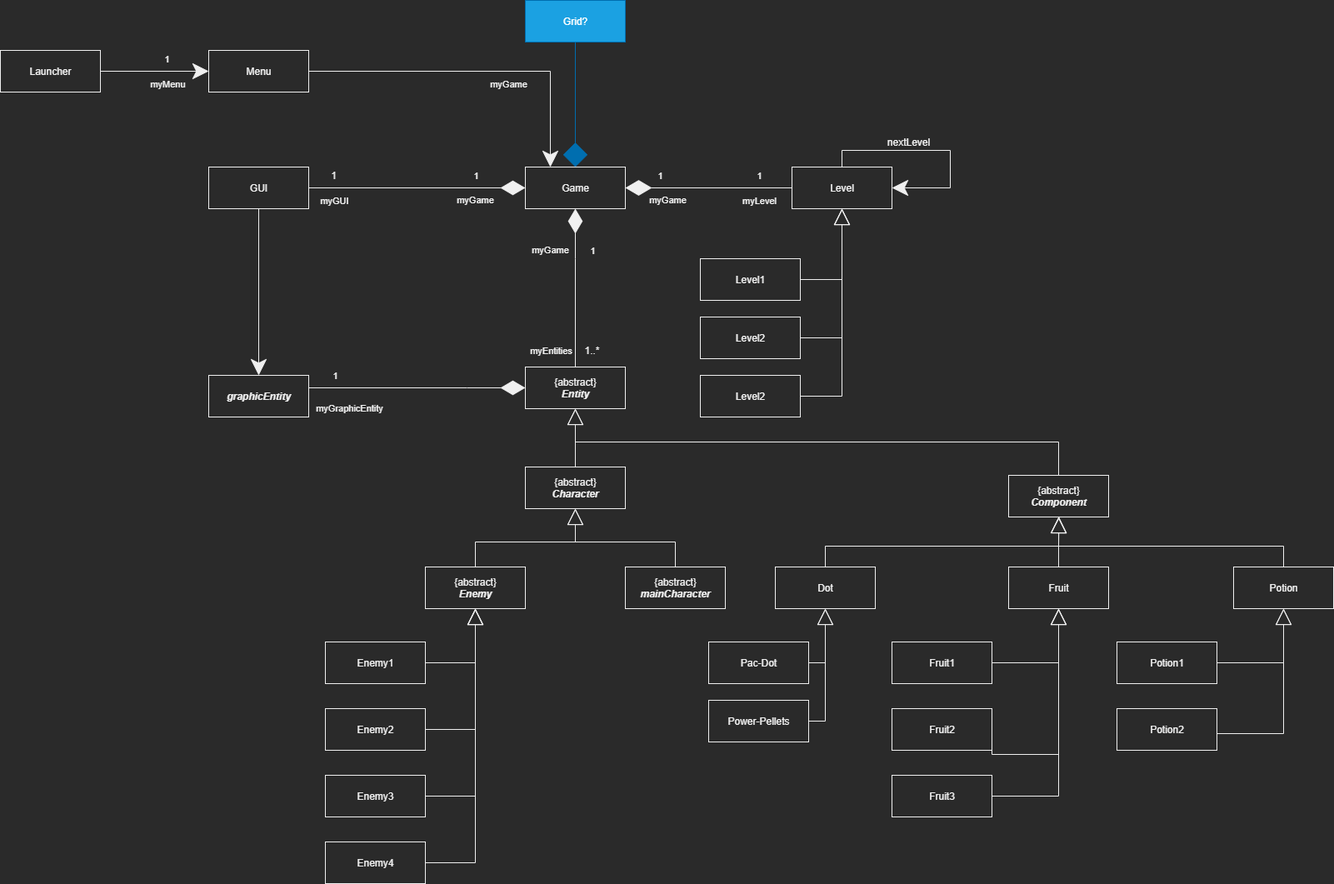
alvaromosconi/DotHunters keeps this draw.io diagram as Diagrama-de-clases-reducido/DiagramaDeClasesReducido.png. Above is the earlier version. Source tidied: cells renumbered, new cells last; positions are measured from the earlier drawing's top-left corner, leaving out a move shared by most shapes.
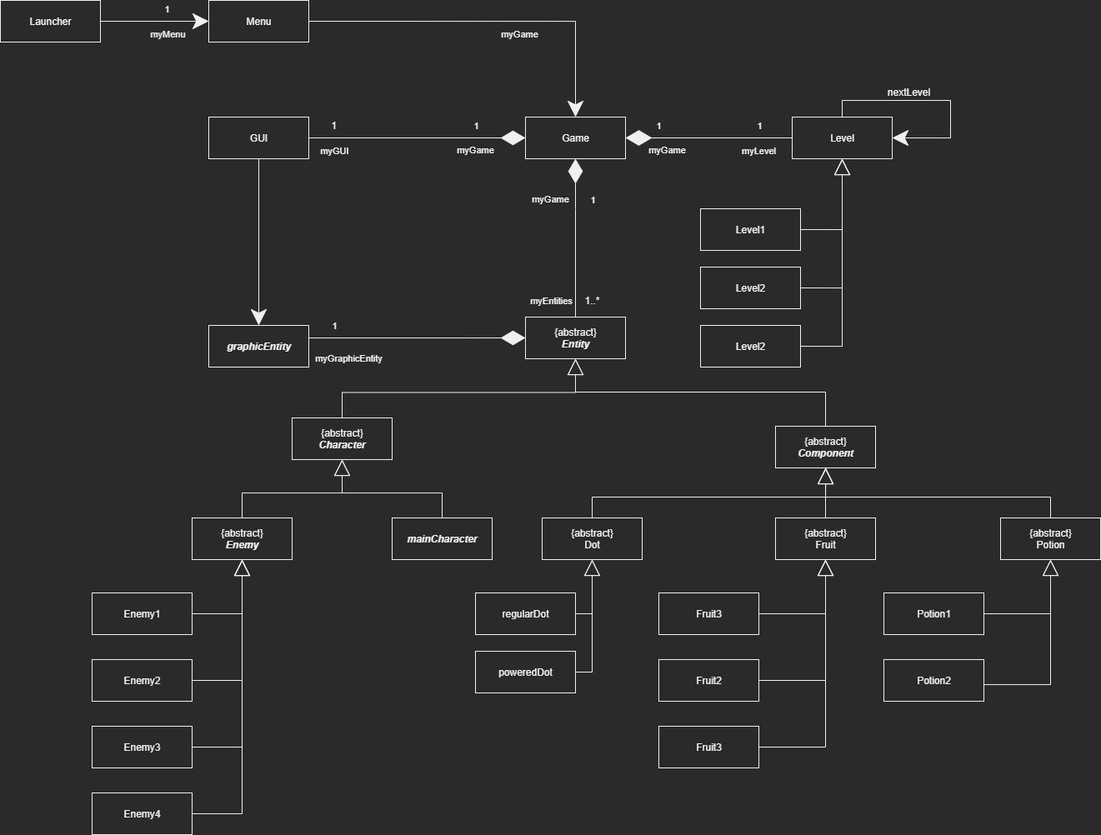
After the change.

Commit message:
Incorporación del diagrama de clases reducido.

Change to the diagram source:
```diff
@@ -47,14 +47,14 @@
     <mxCell id="14" style="edgeStyle=orthogonalEdgeStyle;rounded=0;jettySize=auto;html=1;exitX=0.5;exitY=0;exitDx=0;exitDy=0;entryX=0.5;entryY=1;entryDx=0;entryDy=0;endArrow=block;endFill=0;startSize=15;endSize=17;" parent="1" edge="1" source="15" target="13">
       <mxGeometry relative="1" as="geometry" />
     </mxCell>
-    <mxCell id="15" value="&lt;span&gt;{abstract}&lt;/span&gt;&lt;br&gt;&lt;b&gt;&lt;i&gt;mainCharacter&lt;/i&gt;&lt;/b&gt;" style="html=1;" parent="1" vertex="1">
+    <mxCell id="15" value="&lt;b&gt;&lt;i&gt;mainCharacter&lt;/i&gt;&lt;/b&gt;" style="html=1;" parent="1" vertex="1">
       <mxGeometry x="750" y="680" width="120" height="50" as="geometry" />
     </mxCell>
     <mxCell id="16" value="myGraphicEntity" style="edgeStyle=orthogonalEdgeStyle;rounded=0;jettySize=auto;html=1;exitX=0;exitY=0.5;exitDx=0;exitDy=0;entryX=1;entryY=0.5;entryDx=0;entryDy=0;endArrow=none;endFill=0;startSize=27;endSize=17;startArrow=diamondThin;startFill=1;" parent="1" edge="1" source="18" target="19">
       <mxGeometry x="0.57" y="25" relative="1" as="geometry">
         <Array as="points">
-          <mxPoint x="560" y="465" />
-          <mxPoint x="560" y="465" />
+          <mxPoint x="840" y="464" />
+          <mxPoint x="840" y="464" />
         </Array>
       </mxGeometry>
     </mxCell>
@@ -64,16 +64,16 @@
       </mxGeometry>
     </mxCell>
     <mxCell id="18" value="&lt;span&gt;{abstract}&lt;/span&gt;&lt;br&gt;&lt;b&gt;&lt;i&gt;Entity&lt;/i&gt;&lt;/b&gt;" style="html=1;" parent="1" vertex="1">
-      <mxGeometry x="630" y="440" width="120" height="50" as="geometry" />
+      <mxGeometry x="910" y="439" width="120" height="50" as="geometry" />
     </mxCell>
     <mxCell id="19" value="&lt;b&gt;&lt;i&gt;graphicEntity&lt;/i&gt;&lt;/b&gt;" style="html=1;" parent="1" vertex="1">
-      <mxGeometry x="250" y="450" width="120" height="50" as="geometry" />
+      <mxGeometry x="530" y="449" width="120" height="50" as="geometry" />
     </mxCell>
     <mxCell id="20" style="edgeStyle=orthogonalEdgeStyle;rounded=0;jettySize=auto;html=1;exitX=0.5;exitY=0;exitDx=0;exitDy=0;entryX=0.5;entryY=1;entryDx=0;entryDy=0;startArrow=none;startFill=0;endArrow=block;endFill=0;startSize=27;endSize=17;" parent="1" edge="1" source="21" target="18">
       <mxGeometry relative="1" as="geometry">
         <Array as="points">
-          <mxPoint x="1270" y="530" />
-          <mxPoint x="690" y="530" />
+          <mxPoint x="1270" y="529" />
+          <mxPoint x="970" y="529" />
         </Array>
       </mxGeometry>
     </mxCell>
@@ -83,7 +83,7 @@
     <mxCell id="22" style="edgeStyle=orthogonalEdgeStyle;rounded=0;jettySize=auto;html=1;exitX=0.5;exitY=0;exitDx=0;exitDy=0;entryX=0.5;entryY=1;entryDx=0;entryDy=0;startArrow=none;startFill=0;endArrow=block;endFill=0;startSize=27;endSize=17;" parent="1" edge="1" source="23" target="21">
       <mxGeometry relative="1" as="geometry" />
     </mxCell>
-    <mxCell id="23" value="Dot" style="html=1;" parent="1" vertex="1">
+    <mxCell id="23" value="{abstract}&lt;br&gt;Dot" style="html=1;" parent="1" vertex="1">
       <mxGeometry x="930" y="680" width="120" height="50" as="geometry" />
     </mxCell>
     <mxCell id="24" style="edgeStyle=orthogonalEdgeStyle;rounded=0;jettySize=auto;html=1;exitX=1;exitY=0.5;exitDx=0;exitDy=0;startArrow=none;startFill=0;endArrow=block;endFill=0;startSize=27;endSize=17;" parent="1" edge="1" source="25">
@@ -91,7 +91,7 @@
         <mxPoint x="990" y="730" as="targetPoint" />
       </mxGeometry>
     </mxCell>
-    <mxCell id="25" value="Pac-Dot" style="html=1;" parent="1" vertex="1">
+    <mxCell id="25" value="regularDot" style="html=1;" parent="1" vertex="1">
       <mxGeometry x="850" y="770" width="120" height="50" as="geometry" />
     </mxCell>
     <mxCell id="26" style="edgeStyle=orthogonalEdgeStyle;rounded=0;jettySize=auto;html=1;exitX=1;exitY=0.5;exitDx=0;exitDy=0;entryX=0.5;entryY=1;entryDx=0;entryDy=0;startArrow=none;startFill=0;endArrow=block;endFill=0;startSize=27;endSize=17;" parent="1" edge="1" source="27" target="23">
@@ -101,7 +101,7 @@
         </Array>
       </mxGeometry>
     </mxCell>
-    <mxCell id="27" value="Power-Pellets" style="html=1;" parent="1" vertex="1">
+    <mxCell id="27" value="poweredDot" style="html=1;" parent="1" vertex="1">
       <mxGeometry x="850" y="840" width="120" height="50" as="geometry" />
     </mxCell>
     <mxCell id="28" style="edgeStyle=orthogonalEdgeStyle;rounded=0;jettySize=auto;html=1;exitX=0.5;exitY=0;exitDx=0;exitDy=0;startArrow=none;startFill=0;endArrow=block;endFill=0;startSize=27;endSize=17;" parent="1" edge="1" source="29">
@@ -109,7 +109,7 @@
         <mxPoint x="1270.5" y="620" as="targetPoint" />
       </mxGeometry>
     </mxCell>
-    <mxCell id="29" value="Fruit" style="html=1;" parent="1" vertex="1">
+    <mxCell id="29" value="{abstract}&lt;br&gt;Fruit" style="html=1;" parent="1" vertex="1">
       <mxGeometry x="1210" y="680" width="120" height="50" as="geometry" />
     </mxCell>
     <mxCell id="30" style="edgeStyle=orthogonalEdgeStyle;rounded=0;jettySize=auto;html=1;exitX=0.5;exitY=0;exitDx=0;exitDy=0;startArrow=none;startFill=0;endArrow=block;endFill=0;startSize=27;endSize=17;" parent="1" edge="1" source="31">
@@ -117,7 +117,7 @@
         <mxPoint x="1270" y="620" as="targetPoint" />
       </mxGeometry>
     </mxCell>
-    <mxCell id="31" value="Potion" style="html=1;" parent="1" vertex="1">
+    <mxCell id="31" value="{abstract}&lt;br&gt;Potion" style="html=1;" parent="1" vertex="1">
       <mxGeometry x="1480" y="680" width="120" height="50" as="geometry" />
     </mxCell>
     <mxCell id="32" style="edgeStyle=orthogonalEdgeStyle;rounded=0;jettySize=auto;html=1;exitX=1;exitY=0.5;exitDx=0;exitDy=0;entryX=0.5;entryY=1;entryDx=0;entryDy=0;startArrow=none;startFill=0;endArrow=block;endFill=0;startSize=27;endSize=17;" parent="1" edge="1" source="33" target="31">
@@ -141,13 +141,13 @@
         <mxPoint x="1270" y="730" as="targetPoint" />
       </mxGeometry>
     </mxCell>
-    <mxCell id="37" value="Fruit1" style="html=1;" parent="1" vertex="1">
+    <mxCell id="37" value="Fruit3" style="html=1;" parent="1" vertex="1">
       <mxGeometry x="1070" y="770" width="120" height="50" as="geometry" />
     </mxCell>
     <mxCell id="38" style="edgeStyle=orthogonalEdgeStyle;rounded=0;jettySize=auto;html=1;exitX=1;exitY=0.5;exitDx=0;exitDy=0;entryX=0.5;entryY=1;entryDx=0;entryDy=0;startArrow=none;startFill=0;endArrow=block;endFill=0;startSize=27;endSize=17;" parent="1" edge="1" source="39" target="29">
       <mxGeometry relative="1" as="geometry">
         <Array as="points">
-          <mxPoint x="1270" y="905" />
+          <mxPoint x="1270" y="875" />
         </Array>
       </mxGeometry>
     </mxCell>
@@ -165,8 +165,8 @@
     <mxCell id="42" value="myGame" style="edgeStyle=orthogonalEdgeStyle;rounded=0;jettySize=auto;html=1;exitX=0.5;exitY=1;exitDx=0;exitDy=0;entryX=0.5;entryY=0;entryDx=0;entryDy=0;startArrow=diamondThin;startFill=1;endArrow=none;endFill=0;startSize=27;endSize=17;" parent="1" edge="1" source="49" target="18">
       <mxGeometry x="-0.47" y="-30" relative="1" as="geometry">
         <Array as="points">
-          <mxPoint x="690" y="310" />
-          <mxPoint x="690" y="310" />
+          <mxPoint x="970" y="309" />
+          <mxPoint x="970" y="309" />
         </Array>
       </mxGeometry>
     </mxCell>
@@ -193,23 +193,20 @@
         <mxPoint x="92" y="-18" as="offset" />
       </mxGeometry>
     </mxCell>
-    <mxCell id="48" style="edgeStyle=orthogonalEdgeStyle;rounded=0;jettySize=auto;html=1;exitX=0.5;exitY=0;exitDx=0;exitDy=0;startArrow=diamond;startFill=1;endArrow=none;endFill=0;startSize=27;endSize=17;sourcePerimeterSpacing=6;targetPerimeterSpacing=6;strokeWidth=1;entryX=0.5;entryY=1;entryDx=0;entryDy=0;fillColor=#1ba1e2;strokeColor=#006EAF;" parent="1" edge="1" source="49" target="67">
-      <mxGeometry relative="1" as="geometry" />
-    </mxCell>
     <mxCell id="49" value="Game" style="html=1;" parent="1" vertex="1">
-      <mxGeometry x="630" y="200" width="120" height="50" as="geometry" />
+      <mxGeometry x="910" y="199" width="120" height="50" as="geometry" />
     </mxCell>
     <mxCell id="50" value="1..*" style="text;html=1;align=center;verticalAlign=middle;strokeColor=none;fillColor=none;" parent="1" vertex="1">
-      <mxGeometry x="695" y="410" width="30" height="20" as="geometry" />
+      <mxGeometry x="975" y="409" width="30" height="20" as="geometry" />
     </mxCell>
     <mxCell id="51" style="edgeStyle=orthogonalEdgeStyle;rounded=0;jettySize=auto;html=1;exitX=0.5;exitY=1;exitDx=0;exitDy=0;entryX=0.5;entryY=0;entryDx=0;entryDy=0;startArrow=none;startFill=0;endArrow=classic;endFill=1;startSize=27;endSize=17;sourcePerimeterSpacing=6;targetPerimeterSpacing=6;strokeWidth=1;" parent="1" edge="1" source="52" target="19">
       <mxGeometry relative="1" as="geometry" />
     </mxCell>
     <mxCell id="52" value="GUI" style="html=1;" parent="1" vertex="1">
-      <mxGeometry x="250" y="200" width="120" height="50" as="geometry" />
+      <mxGeometry x="530" y="199" width="120" height="50" as="geometry" />
     </mxCell>
     <mxCell id="53" value="1" style="text;html=1;align=center;verticalAlign=middle;strokeColor=none;fillColor=none;" parent="1" vertex="1">
-      <mxGeometry x="390" y="200" width="20" height="20" as="geometry" />
+      <mxGeometry x="670" y="199" width="20" height="20" as="geometry" />
     </mxCell>
     <mxCell id="54" value="myGame" style="edgeStyle=orthogonalEdgeStyle;rounded=0;jettySize=auto;html=1;exitX=0;exitY=0.5;exitDx=0;exitDy=0;entryX=1;entryY=0.5;entryDx=0;entryDy=0;startArrow=none;startFill=0;endArrow=diamondThin;endFill=1;startSize=27;endSize=29;strokeWidth=1;sourcePerimeterSpacing=6;targetPerimeterSpacing=6;" parent="1" edge="1" source="58" target="49">
       <mxGeometry x="0.5" y="15" relative="1" as="geometry">
@@ -232,46 +229,43 @@
       </mxGeometry>
     </mxCell>
     <mxCell id="58" value="Level" style="html=1;" parent="1" vertex="1">
-      <mxGeometry x="950" y="200" width="120" height="50" as="geometry" />
+      <mxGeometry x="1230" y="199" width="120" height="50" as="geometry" />
     </mxCell>
     <mxCell id="59" style="edgeStyle=orthogonalEdgeStyle;rounded=0;jettySize=auto;html=1;exitX=1;exitY=0.5;exitDx=0;exitDy=0;entryX=0.5;entryY=1;entryDx=0;entryDy=0;startArrow=none;startFill=0;endArrow=block;endFill=0;startSize=27;endSize=17;" parent="1" edge="1" source="60" target="58">
       <mxGeometry relative="1" as="geometry" />
     </mxCell>
     <mxCell id="60" value="Level1" style="html=1;" parent="1" vertex="1">
-      <mxGeometry x="840" y="310" width="120" height="50" as="geometry" />
+      <mxGeometry x="1120" y="309" width="120" height="50" as="geometry" />
     </mxCell>
     <mxCell id="61" style="edgeStyle=orthogonalEdgeStyle;rounded=0;jettySize=auto;html=1;exitX=1;exitY=0.5;exitDx=0;exitDy=0;startArrow=none;startFill=0;endArrow=block;endFill=0;startSize=27;endSize=17;" parent="1" edge="1" source="62">
       <mxGeometry relative="1" as="geometry">
-        <mxPoint x="1010" y="250" as="targetPoint" />
+        <mxPoint x="1290" y="249" as="targetPoint" />
       </mxGeometry>
     </mxCell>
     <mxCell id="62" value="Level2" style="html=1;" parent="1" vertex="1">
-      <mxGeometry x="840" y="380" width="120" height="50" as="geometry" />
+      <mxGeometry x="1120" y="379" width="120" height="50" as="geometry" />
     </mxCell>
     <mxCell id="63" style="edgeStyle=orthogonalEdgeStyle;rounded=0;orthogonalLoop=1;jettySize=auto;html=1;exitX=0.5;exitY=0;exitDx=0;exitDy=0;entryX=1;entryY=0.5;entryDx=0;entryDy=0;startArrow=none;startFill=0;endArrow=classic;endFill=1;startSize=27;endSize=17;" parent="1" edge="1" source="58" target="58">
       <mxGeometry relative="1" as="geometry">
         <Array as="points">
-          <mxPoint x="1010" y="180" />
-          <mxPoint x="1140" y="180" />
-          <mxPoint x="1140" y="225" />
+          <mxPoint x="1290" y="179" />
+          <mxPoint x="1420" y="179" />
+          <mxPoint x="1420" y="224" />
         </Array>
       </mxGeometry>
     </mxCell>
     <mxCell id="64" value="nextLevel" style="text;html=1;align=center;verticalAlign=middle;strokeColor=none;fillColor=none;" parent="1" vertex="1">
-      <mxGeometry x="1055" y="160" width="70" height="20" as="geometry" />
+      <mxGeometry x="1335" y="159" width="70" height="20" as="geometry" />
     </mxCell>
     <mxCell id="65" style="edgeStyle=orthogonalEdgeStyle;rounded=0;jettySize=auto;html=1;exitX=1;exitY=0.5;exitDx=0;exitDy=0;startArrow=none;startFill=0;endArrow=block;endFill=0;startSize=27;endSize=17;sourcePerimeterSpacing=6;targetPerimeterSpacing=6;strokeWidth=1;" parent="1" edge="1" source="66">
       <mxGeometry relative="1" as="geometry">
-        <mxPoint x="1010" y="250" as="targetPoint" />
+        <mxPoint x="1290" y="249" as="targetPoint" />
       </mxGeometry>
     </mxCell>
     <mxCell id="66" value="Level2" style="html=1;" parent="1" vertex="1">
-      <mxGeometry x="840" y="450" width="120" height="50" as="geometry" />
+      <mxGeometry x="1120" y="449" width="120" height="50" as="geometry" />
     </mxCell>
-    <mxCell id="67" value="Grid?" style="html=1;fillColor=#1ba1e2;strokeColor=#006EAF;fontColor=#ffffff;" parent="1" vertex="1">
-      <mxGeometry x="630" width="120" height="50" as="geometry" />
-    </mxCell>
-    <mxCell id="68" style="edgeStyle=orthogonalEdgeStyle;rounded=0;jettySize=auto;html=1;exitX=1;exitY=0.5;exitDx=0;exitDy=0;entryX=0.25;entryY=0;entryDx=0;entryDy=0;startArrow=none;startFill=0;endArrow=classic;endFill=1;startSize=27;endSize=17;sourcePerimeterSpacing=6;targetPerimeterSpacing=6;strokeWidth=1;" parent="1" edge="1" source="70" target="49">
+    <mxCell id="68" style="edgeStyle=orthogonalEdgeStyle;rounded=0;jettySize=auto;html=1;exitX=1;exitY=0.5;exitDx=0;exitDy=0;entryX=0.5;entryY=0;entryDx=0;entryDy=0;startArrow=none;startFill=0;endArrow=classic;endFill=1;startSize=27;endSize=17;sourcePerimeterSpacing=6;targetPerimeterSpacing=6;strokeWidth=1;" parent="1" edge="1" source="70" target="49">
       <mxGeometry relative="1" as="geometry" />
     </mxCell>
     <mxCell id="69" value="myGame" style="edgeLabel;html=1;align=center;verticalAlign=middle;" parent="68" vertex="1">
@@ -280,7 +274,7 @@
       </mxGeometry>
     </mxCell>
     <mxCell id="70" value="Menu" style="html=1;" parent="1" vertex="1">
-      <mxGeometry x="250" y="60" width="120" height="50" as="geometry" />
+      <mxGeometry x="530" y="59" width="120" height="50" as="geometry" />
     </mxCell>
     <mxCell id="71" style="edgeStyle=orthogonalEdgeStyle;rounded=0;jettySize=auto;html=1;exitX=1;exitY=0.5;exitDx=0;exitDy=0;entryX=0;entryY=0.5;entryDx=0;entryDy=0;startArrow=none;startFill=0;endArrow=classic;endFill=1;startSize=27;endSize=17;sourcePerimeterSpacing=6;targetPerimeterSpacing=6;strokeWidth=1;" parent="1" edge="1" source="74" target="70">
       <mxGeometry relative="1" as="geometry" />
@@ -296,7 +290,7 @@
       </mxGeometry>
     </mxCell>
     <mxCell id="74" value="Launcher" style="html=1;" parent="1" vertex="1">
-      <mxGeometry y="60" width="120" height="50" as="geometry" />
+      <mxGeometry x="280" y="59" width="120" height="50" as="geometry" />
     </mxCell>
   </root>
 </mxGraphModel>
```
